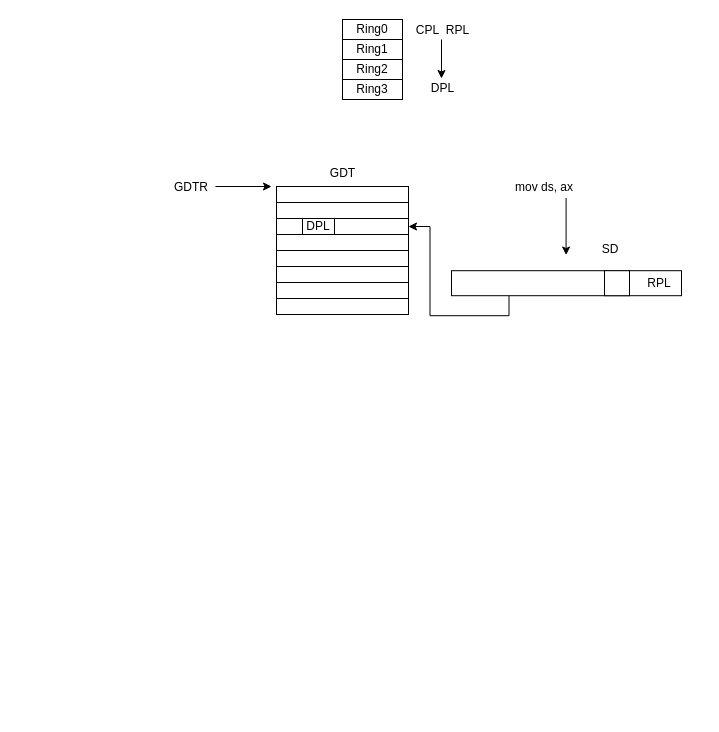
This is 光伏.drawio from nnxfb/diagrams, a draw.io file, before an edit. Source tidied: cells renumbered, new cells numbered last; positions are measured from the earlier drawing's top-left corner, leaving out a move shared by most shapes. Both pictures are drawn from the tidied source at 100%, with x=0, y=0 at pixel (161, 17).
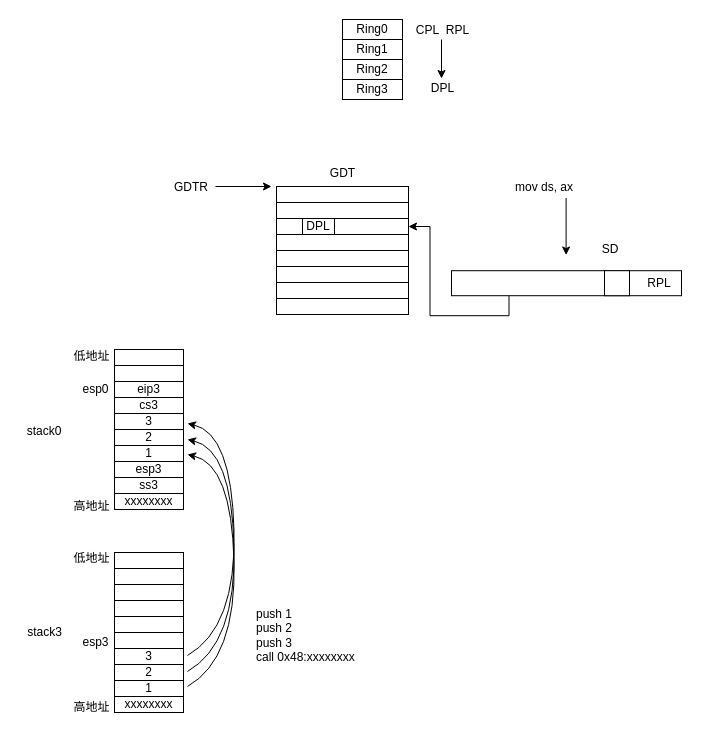
After the change.

Diff of the diagram source:
```diff
@@
+    <mxCell id="29" value="stack0" style="text;html=1;align=center;verticalAlign=middle;whiteSpace=wrap;rounded=0;" parent="1" vertex="1">
+      <mxGeometry x="-143" y="402.5" width="52" height="23" as="geometry" />
+    </mxCell>
+    <mxCell id="30" value="stack3" style="text;html=1;align=center;verticalAlign=middle;strokeColor=none;fillColor=none;" parent="1" vertex="1">
+      <mxGeometry x="-144" y="602" width="53" height="26" as="geometry" />
+    </mxCell>
+    <mxCell id="31" value="低地址" style="text;html=1;align=center;verticalAlign=middle;whiteSpace=wrap;rounded=0;" parent="1" vertex="1">
+      <mxGeometry x="-95" y="330" width="51" height="17" as="geometry" />
+    </mxCell>
+    <mxCell id="32" value="低地址" style="text;html=1;align=center;verticalAlign=middle;whiteSpace=wrap;rounded=0;" parent="1" vertex="1">
+      <mxGeometry x="-95" y="532" width="51" height="17" as="geometry" />
+    </mxCell>
+    <mxCell id="33" value="高地址" style="text;html=1;align=center;verticalAlign=middle;whiteSpace=wrap;rounded=0;" parent="1" vertex="1">
+      <mxGeometry x="-95" y="480" width="51" height="17" as="geometry" />
+    </mxCell>
+    <mxCell id="34" value="高地址" style="text;html=1;align=center;verticalAlign=middle;whiteSpace=wrap;rounded=0;" parent="1" vertex="1">
+      <mxGeometry x="-95" y="681" width="51" height="17" as="geometry" />
+    </mxCell>
+    <mxCell id="35" value="push 1&lt;div&gt;push 2&lt;/div&gt;&lt;div&gt;push 3&lt;/div&gt;&lt;div&gt;call 0x48:xxxxxxxx&lt;/div&gt;" style="text;html=1;align=left;verticalAlign=middle;strokeColor=none;fillColor=none;" parent="1" vertex="1">
+      <mxGeometry x="93" y="583" width="117" height="70" as="geometry" />
+    </mxCell>
+    <mxCell id="36" value="esp3" style="text;html=1;align=center;verticalAlign=middle;strokeColor=none;fillColor=none;" parent="1" vertex="1">
+      <mxGeometry x="-88" y="612" width="44" height="26" as="geometry" />
+    </mxCell>
+    <mxCell id="37" style="group;" parent="1" vertex="1">
+      <mxGeometry x="-47" y="332" width="69" height="160" as="geometry" />
+    </mxCell>
+    <mxCell id="38" style="rounded=0;whiteSpace=wrap;html=1;" parent="37" vertex="1">
+      <mxGeometry y="16" width="69" height="16" as="geometry" />
+    </mxCell>
+    <mxCell id="39" style="rounded=0;whiteSpace=wrap;html=1;" parent="37" vertex="1">
+      <mxGeometry width="69" height="16" as="geometry" />
+    </mxCell>
+    <mxCell id="40" value="eip3" style="rounded=0;whiteSpace=wrap;html=1;" parent="37" vertex="1">
+      <mxGeometry y="32" width="69" height="16" as="geometry" />
+    </mxCell>
+    <mxCell id="41" value="cs3" style="rounded=0;whiteSpace=wrap;html=1;" parent="37" vertex="1">
+      <mxGeometry y="48" width="69" height="16" as="geometry" />
+    </mxCell>
+    <mxCell id="42" value="3" style="rounded=0;whiteSpace=wrap;html=1;" parent="37" vertex="1">
+      <mxGeometry y="64" width="69" height="16" as="geometry" />
+    </mxCell>
+    <mxCell id="43" value="2" style="rounded=0;whiteSpace=wrap;html=1;" parent="37" vertex="1">
+      <mxGeometry y="80" width="69" height="16" as="geometry" />
+    </mxCell>
+    <mxCell id="44" value="1" style="rounded=0;whiteSpace=wrap;html=1;" parent="37" vertex="1">
+      <mxGeometry y="96" width="69" height="16" as="geometry" />
+    </mxCell>
+    <mxCell id="45" value="esp3" style="rounded=0;whiteSpace=wrap;html=1;" parent="37" vertex="1">
+      <mxGeometry y="112" width="69" height="16" as="geometry" />
+    </mxCell>
+    <mxCell id="46" value="ss3" style="rounded=0;whiteSpace=wrap;html=1;" parent="37" vertex="1">
+      <mxGeometry y="128" width="69" height="16" as="geometry" />
+    </mxCell>
+    <mxCell id="47" value="xxxxxxxx" style="rounded=0;whiteSpace=wrap;html=1;" parent="37" vertex="1">
+      <mxGeometry y="144" width="69" height="16" as="geometry" />
+    </mxCell>
+    <mxCell id="48" style="rounded=0;whiteSpace=wrap;html=1;" parent="1" vertex="1">
+      <mxGeometry x="-47" y="567" width="69" height="16" as="geometry" />
+    </mxCell>
+    <mxCell id="49" style="rounded=0;whiteSpace=wrap;html=1;" parent="1" vertex="1">
+      <mxGeometry x="-47" y="583" width="69" height="16" as="geometry" />
+    </mxCell>
+    <mxCell id="50" style="rounded=0;whiteSpace=wrap;html=1;" parent="1" vertex="1">
+      <mxGeometry x="-47" y="599" width="69" height="16" as="geometry" />
+    </mxCell>
+    <mxCell id="51" style="rounded=0;whiteSpace=wrap;html=1;" parent="1" vertex="1">
+      <mxGeometry x="-47" y="615" width="69" height="16" as="geometry" />
+    </mxCell>
+    <mxCell id="52" value="3" style="rounded=0;whiteSpace=wrap;html=1;" parent="1" vertex="1">
+      <mxGeometry x="-47" y="631" width="69" height="16" as="geometry" />
+    </mxCell>
+    <mxCell id="53" value="2" style="rounded=0;whiteSpace=wrap;html=1;" parent="1" vertex="1">
+      <mxGeometry x="-47" y="647" width="69" height="16" as="geometry" />
+    </mxCell>
+    <mxCell id="54" value="1" style="rounded=0;whiteSpace=wrap;html=1;" parent="1" vertex="1">
+      <mxGeometry x="-47" y="663" width="69" height="16" as="geometry" />
+    </mxCell>
+    <mxCell id="55" value="xxxxxxxx" style="rounded=0;whiteSpace=wrap;html=1;" parent="1" vertex="1">
+      <mxGeometry x="-47" y="679" width="69" height="16" as="geometry" />
+    </mxCell>
+    <mxCell id="56" style="rounded=0;whiteSpace=wrap;html=1;" parent="1" vertex="1">
+      <mxGeometry x="-47" y="535" width="69" height="16" as="geometry" />
+    </mxCell>
+    <mxCell id="57" style="rounded=0;whiteSpace=wrap;html=1;" parent="1" vertex="1">
+      <mxGeometry x="-47" y="551" width="69" height="16" as="geometry" />
+    </mxCell>
+    <mxCell id="58" style="curved=1;endArrow=classic;html=1;rounded=0;" parent="1" edge="1">
+      <mxGeometry relative="1" as="geometry">
+        <mxPoint x="26" y="669" as="sourcePoint" />
+        <mxPoint x="26" y="437" as="targetPoint" />
+        <Array as="points">
+          <mxPoint x="75" y="641" />
+          <mxPoint x="70" y="447" />
+        </Array>
+      </mxGeometry>
+    </mxCell>
+    <mxCell id="59" style="curved=1;endArrow=classic;html=1;rounded=0;" parent="1" edge="1">
+      <mxGeometry relative="1" as="geometry">
+        <mxPoint x="26" y="654" as="sourcePoint" />
+        <mxPoint x="26" y="422" as="targetPoint" />
+        <Array as="points">
+          <mxPoint x="75" y="626" />
+          <mxPoint x="70" y="432" />
+        </Array>
+      </mxGeometry>
+    </mxCell>
+    <mxCell id="60" style="curved=1;endArrow=classic;html=1;rounded=0;" parent="1" edge="1">
+      <mxGeometry relative="1" as="geometry">
+        <mxPoint x="26" y="638" as="sourcePoint" />
+        <mxPoint x="26" y="406" as="targetPoint" />
+        <Array as="points">
+          <mxPoint x="75" y="610" />
+          <mxPoint x="70" y="416" />
+        </Array>
+      </mxGeometry>
+    </mxCell>
+    <mxCell id="61" value="esp0" style="text;html=1;align=center;verticalAlign=middle;strokeColor=none;fillColor=none;" parent="1" vertex="1">
+      <mxGeometry x="-88" y="359" width="44" height="26" as="geometry" />
+    </mxCell>
```
